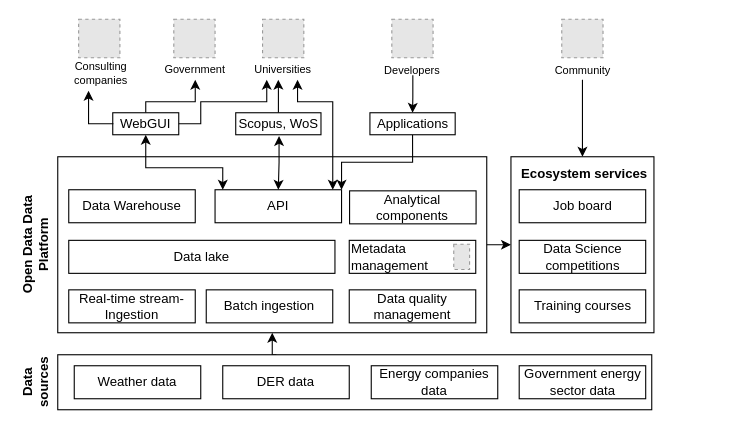
Above: page "Page-1" (1 of 2) of Open data platform architecture.drawio in Randyrofed/CMM (draw.io), before the change. Source tidied: cells renumbered, new cells numbered last; positions are measured from the earlier drawing's top-left corner, leaving out a move shared by most shapes. Both pictures are drawn from the tidied source at 110%, with x=0, y=0 at pixel (-25, 19). Pictures stored in the file or linked from it are replaced by grey dashed boxes.
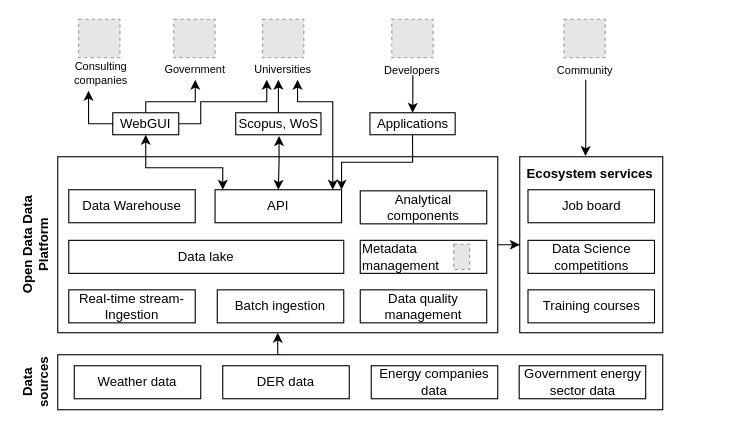
The same page after the edit.

Diff of the diagram source:
```diff
@@
-    <mxCell id="3" style="edgeStyle=orthogonalEdgeStyle;rounded=0;jettySize=auto;html=1;entryX=0;entryY=0.5;entryDx=0;entryDy=0;fontSize=10;startArrow=none;startFill=0;endArrow=classic;endFill=1;" parent="1" edge="1" source="4" target="20">
+    <mxCell id="3" style="edgeStyle=orthogonalEdgeStyle;rounded=0;jettySize=auto;html=1;fontSize=10;startArrow=none;startFill=0;endArrow=classic;endFill=1;" parent="1" edge="1" source="4" target="20">
       <mxGeometry relative="1" as="geometry" />
     </mxCell>
     <mxCell id="4" style="rounded=0;whiteSpace=wrap;html=1;fillColor=none;" parent="1" vertex="1">
-      <mxGeometry x="75" y="125" width="390" height="160" as="geometry" />
+      <mxGeometry x="75" y="125" width="400" height="160" as="geometry" />
     </mxCell>
     <mxCell id="5" style="rounded=0;whiteSpace=wrap;html=1;" parent="1" vertex="1">
-      <mxGeometry x="75" y="305" width="540" height="50" as="geometry" />
+      <mxGeometry x="75" y="305" width="550" height="50" as="geometry" />
     </mxCell>
@@
     <mxCell id="13" value="Analytical components" style="rounded=0;whiteSpace=wrap;html=1;" parent="1" vertex="1">
-      <mxGeometry x="340.3" y="156" width="115" height="30" as="geometry" />
+      <mxGeometry x="350" y="156" width="115" height="30" as="geometry" />
     </mxCell>
     <mxCell id="14" value="Data quality management" style="rounded=0;whiteSpace=wrap;html=1;" parent="1" vertex="1">
-      <mxGeometry x="340" y="246" width="115" height="30" as="geometry" />
+      <mxGeometry x="350" y="246" width="115" height="30" as="geometry" />
     </mxCell>
     <mxCell id="15" value="Metadata management" style="rounded=0;whiteSpace=wrap;html=1;align=left;" parent="1" vertex="1">
-      <mxGeometry x="340" y="201" width="115" height="30" as="geometry" />
+      <mxGeometry x="350" y="201" width="115" height="30" as="geometry" />
     </mxCell>
     <mxCell id="16" value="Data lake" style="rounded=0;whiteSpace=wrap;html=1;" parent="1" vertex="1">
-      <mxGeometry x="85" y="201" width="242" height="30" as="geometry" />
+      <mxGeometry x="85" y="201" width="250" height="30" as="geometry" />
     </mxCell>
@@
     <mxCell id="18" value="Batch ingestion" style="rounded=0;whiteSpace=wrap;html=1;" parent="1" vertex="1">
-      <mxGeometry x="210" y="246" width="115" height="30" as="geometry" />
+      <mxGeometry x="220" y="246" width="115" height="30" as="geometry" />
     </mxCell>
@@
     <mxCell id="20" style="rounded=0;whiteSpace=wrap;html=1;fillColor=none;" parent="1" vertex="1">
-      <mxGeometry x="487" y="125" width="130" height="160" as="geometry" />
+      <mxGeometry x="495" y="125" width="130" height="160" as="geometry" />
     </mxCell>
@@
     <mxCell id="25" value="Job board" style="rounded=0;whiteSpace=wrap;html=1;" parent="1" vertex="1">
-      <mxGeometry x="494.5" y="155" width="115" height="30" as="geometry" />
+      <mxGeometry x="502.5" y="155" width="115" height="30" as="geometry" />
     </mxCell>
     <mxCell id="26" value="Data Science competitions" style="rounded=0;whiteSpace=wrap;html=1;" parent="1" vertex="1">
-      <mxGeometry x="494.5" y="201" width="115" height="30" as="geometry" />
+      <mxGeometry x="502.5" y="201" width="115" height="30" as="geometry" />
     </mxCell>
     <mxCell id="27" value="Training courses" style="rounded=0;whiteSpace=wrap;html=1;" parent="1" vertex="1">
-      <mxGeometry x="494.5" y="246" width="115" height="30" as="geometry" />
+      <mxGeometry x="502.5" y="246" width="115" height="30" as="geometry" />
     </mxCell>
     <mxCell id="28" value="Ecosystem services" style="text;html=1;strokeColor=none;fillColor=none;align=center;verticalAlign=middle;whiteSpace=wrap;rounded=0;rotation=0;fontStyle=1;" parent="1" vertex="1">
-      <mxGeometry x="444" y="126" width="220" height="30" as="geometry" />
+      <mxGeometry x="449" y="126" width="220" height="30" as="geometry" />
     </mxCell>
@@
     <mxCell id="44" style="fillColor=#E6E6E6;strokeColor=#999999;dashed=1;verticalLabelPosition=bottom;labelBackgroundColor=default;verticalAlign=top;" parent="1" vertex="1">
-      <mxGeometry x="533.2" width="37.5" height="35" as="geometry" />
+      <mxGeometry x="535.2" width="37.5" height="35" as="geometry" />
     </mxCell>
-    <mxCell id="45" style="edgeStyle=orthogonalEdgeStyle;rounded=0;jettySize=auto;html=1;entryX=0.5;entryY=0;entryDx=0;entryDy=0;fontSize=10;startArrow=none;startFill=0;endArrow=classic;endFill=1;" parent="1" edge="1" target="20">
+    <mxCell id="45" style="edgeStyle=orthogonalEdgeStyle;rounded=0;jettySize=auto;html=1;fontSize=10;startArrow=none;startFill=0;endArrow=classic;endFill=1;entryX=0.459;entryY=-0.004;entryDx=0;entryDy=0;entryPerimeter=0;" parent="1" edge="1" target="20">
       <mxGeometry relative="1" as="geometry">
-        <mxPoint x="552" y="55" as="sourcePoint" />
+        <mxPoint x="555" y="55" as="sourcePoint" />
         <Array as="points">
-          <mxPoint x="552" y="63" />
+          <mxPoint x="555" y="55" />
+          <mxPoint x="555" y="115" />
+          <mxPoint x="555" y="115" />
         </Array>
       </mxGeometry>
     </mxCell>
     <mxCell id="46" value="Community" style="text;html=1;strokeColor=none;fillColor=none;align=center;verticalAlign=middle;whiteSpace=wrap;rounded=0;fontSize=10;" parent="1" vertex="1">
-      <mxGeometry x="534.5" y="41" width="35" height="10" as="geometry" />
+      <mxGeometry x="536.5" y="41" width="35" height="10" as="geometry" />
     </mxCell>
```
